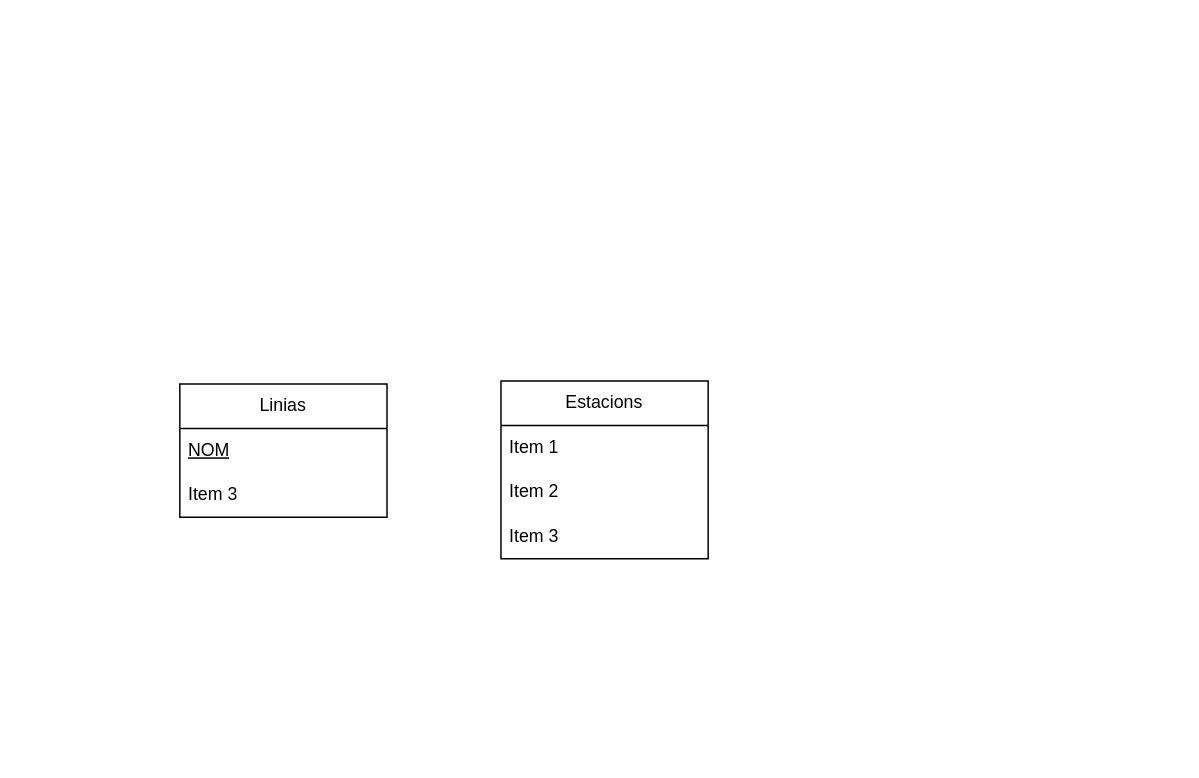
Before: 0377-ASGBD (M10)/drawio/metrobarcelona.drawio in gxldnn/edt, a draw.io diagram. Source tidied: cells renumbered, new cells numbered last; positions are measured from the earlier drawing's top-left corner, leaving out a move shared by most shapes. Both pictures are drawn from the tidied source at 148%, with x=0, y=0 at pixel (179, 380).
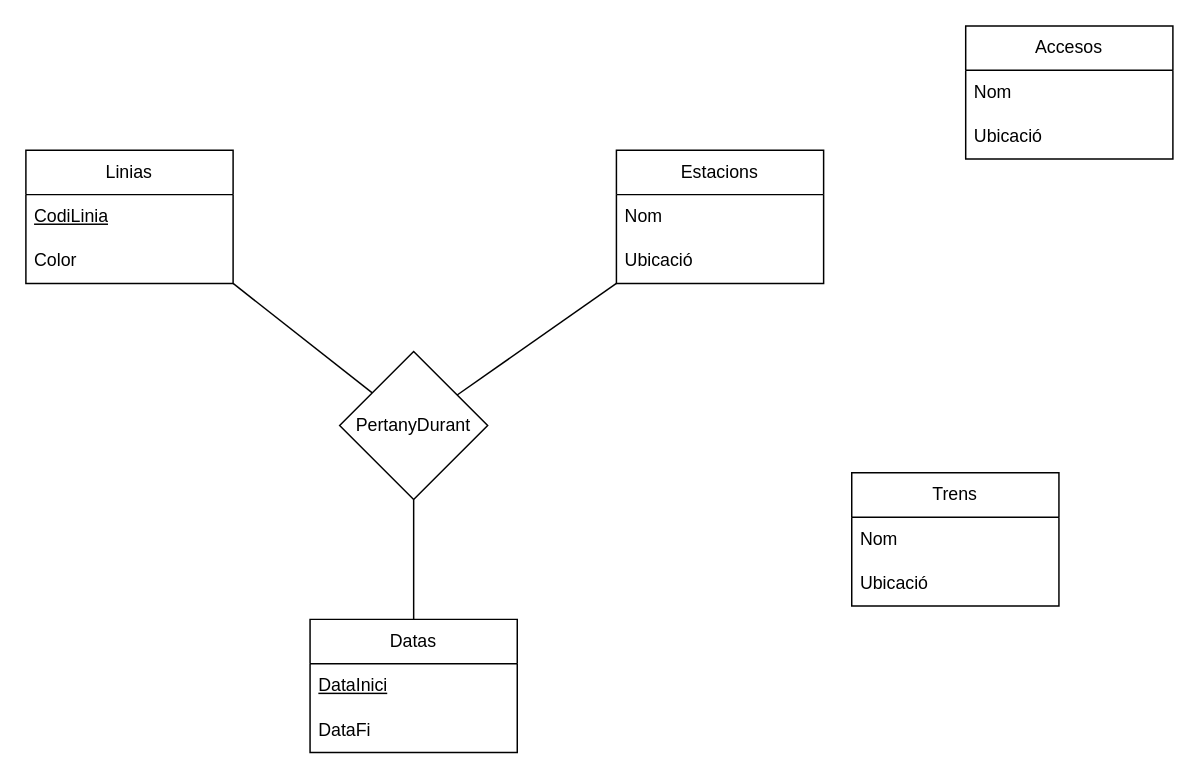
The same page after the edit.

The edit, as a diff of the source:
```diff
@@
     <mxCell id="2" value="Estacions" style="swimlane;fontStyle=0;horizontal=1;startSize=30;whiteSpace=wrap;html=1;" parent="1" vertex="1">
-      <mxGeometry x="217" width="140" height="120" as="geometry" />
+      <mxGeometry x="295" y="-156" width="140" height="90" as="geometry" />
     </mxCell>
-    <mxCell id="3" value="Item 1" style="text;strokeColor=none;fillColor=none;align=left;verticalAlign=middle;spacingLeft=4;spacingRight=4;overflow=hidden;whiteSpace=wrap;html=1;" parent="2" vertex="1">
+    <mxCell id="3" value="Nom" style="text;strokeColor=none;fillColor=none;align=left;verticalAlign=middle;spacingLeft=4;spacingRight=4;overflow=hidden;whiteSpace=wrap;html=1;" parent="2" vertex="1">
       <mxGeometry y="30" width="140" height="30" as="geometry" />
     </mxCell>
-    <mxCell id="4" value="Item 2" style="text;strokeColor=none;fillColor=none;align=left;verticalAlign=middle;spacingLeft=4;spacingRight=4;overflow=hidden;whiteSpace=wrap;html=1;" parent="2" vertex="1">
+    <mxCell id="4" value="Ubicació" style="text;strokeColor=none;fillColor=none;align=left;verticalAlign=middle;spacingLeft=4;spacingRight=4;overflow=hidden;whiteSpace=wrap;html=1;" parent="2" vertex="1">
       <mxGeometry y="60" width="140" height="30" as="geometry" />
     </mxCell>
-    <mxCell id="5" value="Item 3" style="text;strokeColor=none;fillColor=none;align=left;verticalAlign=middle;spacingLeft=4;spacingRight=4;overflow=hidden;whiteSpace=wrap;html=1;" parent="2" vertex="1">
-      <mxGeometry y="90" width="140" height="30" as="geometry" />
-    </mxCell>
     <mxCell id="6" value="&lt;div&gt;Linias&lt;/div&gt;" style="swimlane;fontStyle=0;horizontal=1;startSize=30;whiteSpace=wrap;html=1;" parent="1" vertex="1">
-      <mxGeometry y="2" width="140" height="90" as="geometry" />
+      <mxGeometry x="-104" y="-156" width="140" height="90" as="geometry" />
     </mxCell>
-    <mxCell id="7" value="&lt;u&gt;NOM&lt;/u&gt;" style="text;strokeColor=none;fillColor=none;align=left;verticalAlign=middle;spacingLeft=4;spacingRight=4;overflow=hidden;whiteSpace=wrap;html=1;" parent="6" vertex="1">
+    <mxCell id="7" value="&lt;u&gt;CodiLinia&lt;/u&gt;" style="text;strokeColor=none;fillColor=none;align=left;verticalAlign=middle;spacingLeft=4;spacingRight=4;overflow=hidden;whiteSpace=wrap;html=1;" parent="6" vertex="1">
       <mxGeometry y="30" width="140" height="30" as="geometry" />
     </mxCell>
-    <mxCell id="8" value="Item 3" style="text;strokeColor=none;fillColor=none;align=left;verticalAlign=middle;spacingLeft=4;spacingRight=4;overflow=hidden;whiteSpace=wrap;html=1;" parent="6" vertex="1">
+    <mxCell id="8" value="&lt;div&gt;Color&lt;/div&gt;" style="text;strokeColor=none;fillColor=none;align=left;verticalAlign=middle;spacingLeft=4;spacingRight=4;overflow=hidden;whiteSpace=wrap;html=1;" parent="6" vertex="1">
       <mxGeometry y="60" width="140" height="30" as="geometry" />
     </mxCell>
+    <mxCell id="9" value="Datas" style="swimlane;fontStyle=0;horizontal=1;startSize=30;whiteSpace=wrap;html=1;" parent="1" vertex="1">
+      <mxGeometry x="88" y="161" width="140" height="90" as="geometry" />
+    </mxCell>
+    <mxCell id="10" value="&lt;u&gt;DataInici&lt;/u&gt;" style="text;strokeColor=none;fillColor=none;align=left;verticalAlign=middle;spacingLeft=4;spacingRight=4;overflow=hidden;whiteSpace=wrap;html=1;" parent="9" vertex="1">
+      <mxGeometry y="30" width="140" height="30" as="geometry" />
+    </mxCell>
+    <mxCell id="11" value="DataFi" style="text;strokeColor=none;fillColor=none;align=left;verticalAlign=middle;spacingLeft=4;spacingRight=4;overflow=hidden;whiteSpace=wrap;html=1;" parent="9" vertex="1">
+      <mxGeometry y="60" width="140" height="30" as="geometry" />
+    </mxCell>
+    <mxCell id="12" style="endArrow=none;html=1;rounded=0;exitX=0.5;exitY=0;exitDx=0;exitDy=0;entryX=0.5;entryY=1;entryDx=0;entryDy=0;" parent="1" edge="1" source="9" target="14">
+      <mxGeometry relative="1" as="geometry" />
+    </mxCell>
+    <mxCell id="13" style="endArrow=none;html=1;rounded=0;entryX=1;entryY=1;entryDx=0;entryDy=0;" parent="1" edge="1" source="14" target="6">
+      <mxGeometry relative="1" as="geometry" />
+    </mxCell>
+    <mxCell id="14" value="PertanyDurant" style="rhombus;whiteSpace=wrap;html=1;" parent="1" vertex="1">
+      <mxGeometry x="108" y="-20" width="100" height="100" as="geometry" />
+    </mxCell>
+    <mxCell id="15" style="endArrow=none;html=1;rounded=0;entryX=0;entryY=1;entryDx=0;entryDy=0;" parent="1" edge="1" source="14" target="2">
+      <mxGeometry relative="1" as="geometry" />
+    </mxCell>
+    <mxCell id="16" value="Accesos" style="swimlane;fontStyle=0;horizontal=1;startSize=30;whiteSpace=wrap;html=1;" parent="1" vertex="1">
+      <mxGeometry x="531" y="-240" width="140" height="90" as="geometry" />
+    </mxCell>
+    <mxCell id="17" value="Nom" style="text;strokeColor=none;fillColor=none;align=left;verticalAlign=middle;spacingLeft=4;spacingRight=4;overflow=hidden;whiteSpace=wrap;html=1;" parent="16" vertex="1">
+      <mxGeometry y="30" width="140" height="30" as="geometry" />
+    </mxCell>
+    <mxCell id="18" value="Ubicació" style="text;strokeColor=none;fillColor=none;align=left;verticalAlign=middle;spacingLeft=4;spacingRight=4;overflow=hidden;whiteSpace=wrap;html=1;" parent="16" vertex="1">
+      <mxGeometry y="60" width="140" height="30" as="geometry" />
+    </mxCell>
+    <mxCell id="19" value="&lt;div&gt;Trens&lt;/div&gt;" style="swimlane;fontStyle=0;horizontal=1;startSize=30;whiteSpace=wrap;html=1;" parent="1" vertex="1">
+      <mxGeometry x="454" y="62" width="140" height="90" as="geometry" />
+    </mxCell>
+    <mxCell id="20" value="Nom" style="text;strokeColor=none;fillColor=none;align=left;verticalAlign=middle;spacingLeft=4;spacingRight=4;overflow=hidden;whiteSpace=wrap;html=1;" parent="19" vertex="1">
+      <mxGeometry y="30" width="140" height="30" as="geometry" />
+    </mxCell>
+    <mxCell id="21" value="Ubicació" style="text;strokeColor=none;fillColor=none;align=left;verticalAlign=middle;spacingLeft=4;spacingRight=4;overflow=hidden;whiteSpace=wrap;html=1;" parent="19" vertex="1">
+      <mxGeometry y="60" width="140" height="30" as="geometry" />
+    </mxCell>
```
